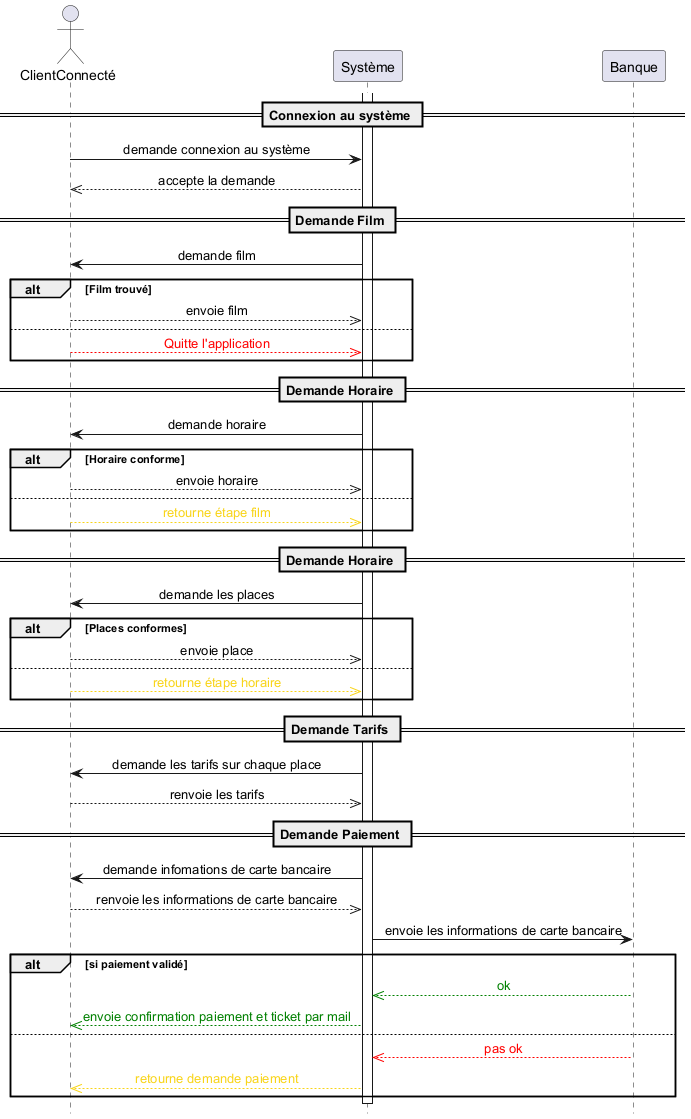
AquaBx/omd-tp-1 keeps this PlantUML diagram as uml/img/2-diagrammeSéquence3.png. Above is the earlier version. Its source is kept beside it as uml/code/2-diagrammeSéquence3.puml.
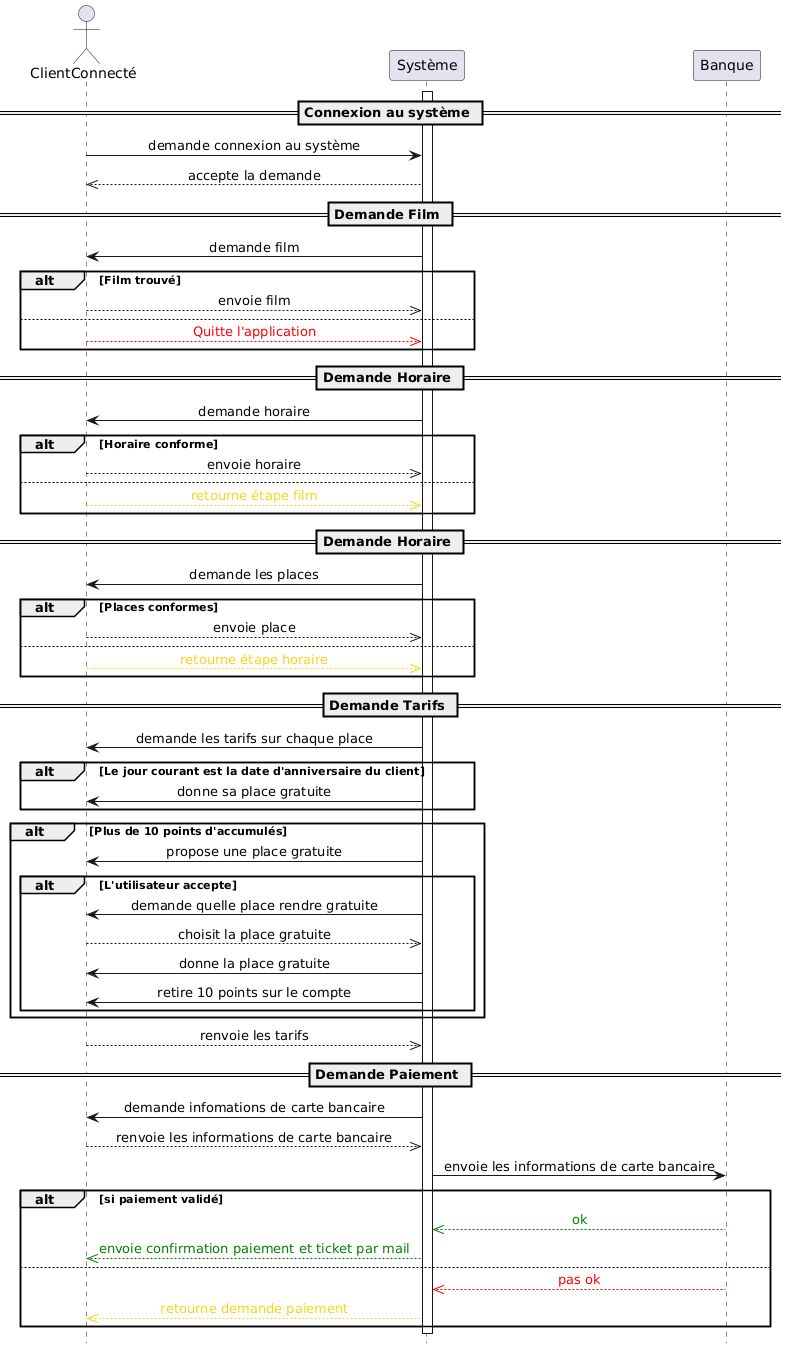
After the change.

What changed in the source:
```diff
@@ -1,5 +1,4 @@
-@startuml RéservationSéance
-
+@startuml
 hide footbox
 skinparam sequenceMessageAlign center
 
@@ -47,6 +46,21 @@
 == Demande Tarifs ==
 
 ClientConnecté <- Système : demande les tarifs sur chaque place
+
+alt Le jour courant est la date d'anniversaire du client
+    ClientConnecté <- Système : donne sa place gratuite
+end
+
+alt Plus de 10 points d'accumulés
+    ClientConnecté <- Système : propose une place gratuite
+    alt L'utilisateur accepte
+        ClientConnecté <- Système : demande quelle place rendre gratuite
+        ClientConnecté -->> Système : choisit la place gratuite
+        ClientConnecté <- Système : donne la place gratuite
+        ClientConnecté <- Système : retire 10 points sur le compte
+    end
+end
+
 ClientConnecté -->> Système : renvoie les tarifs
 
 == Demande Paiement ==
@@ -64,5 +78,4 @@
 end
 
 Deactivate Système
-
 @enduml
```
